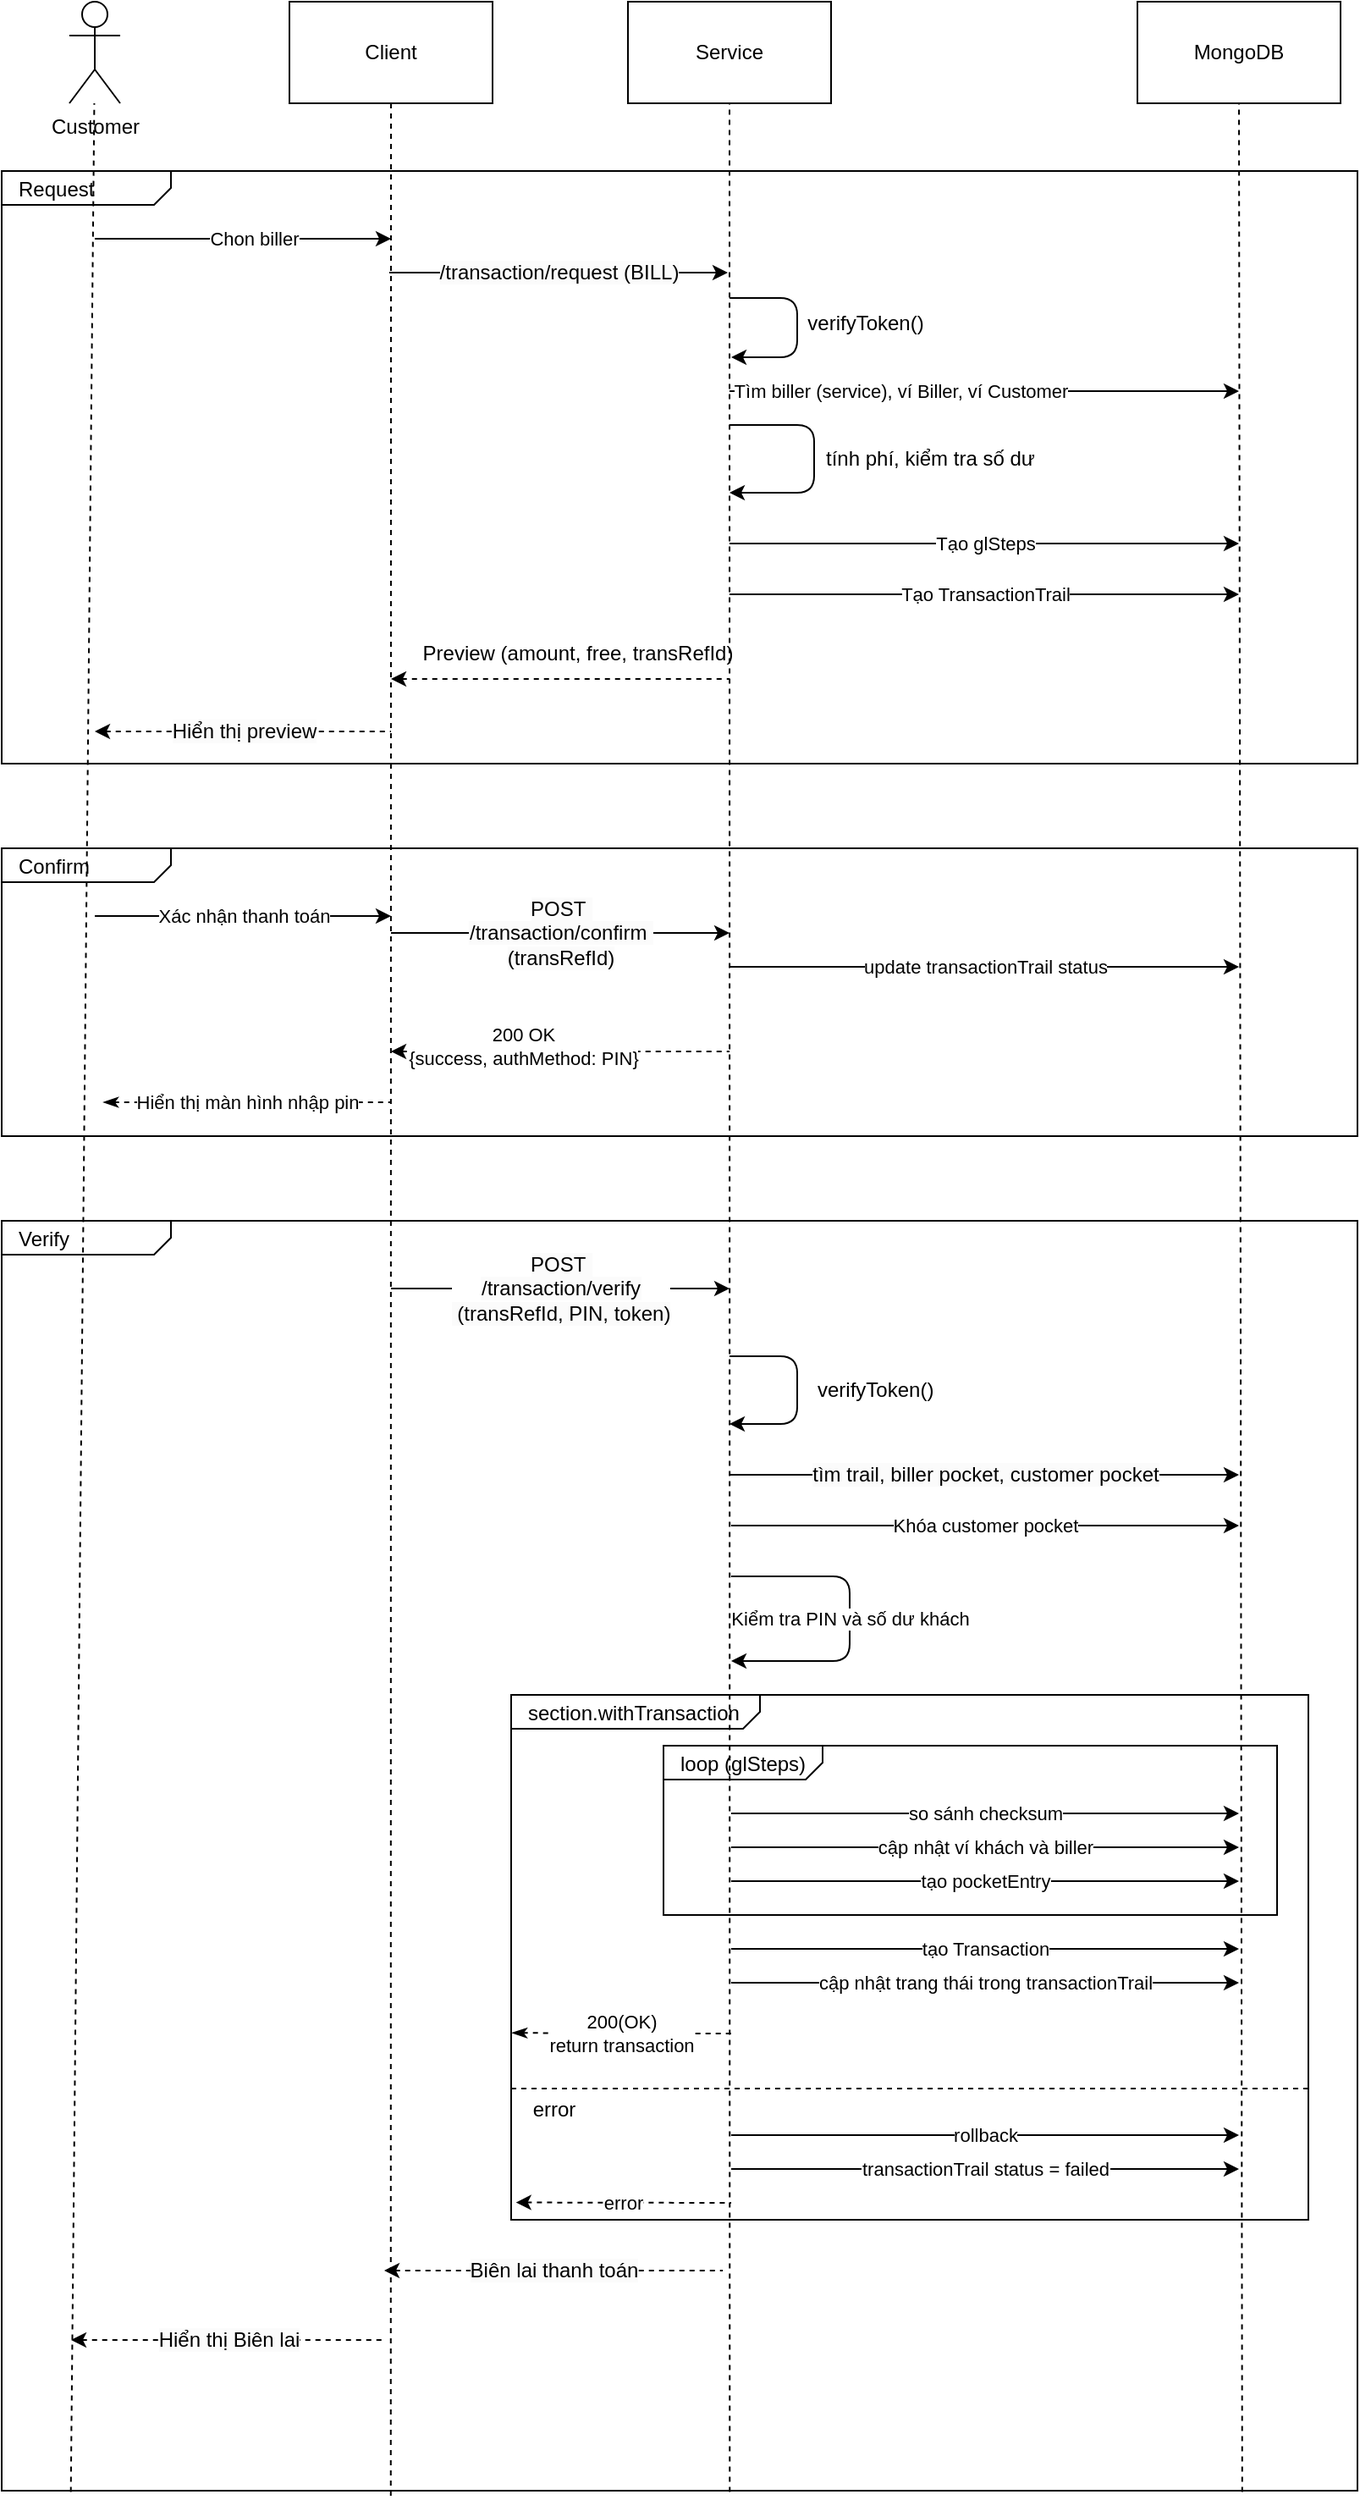
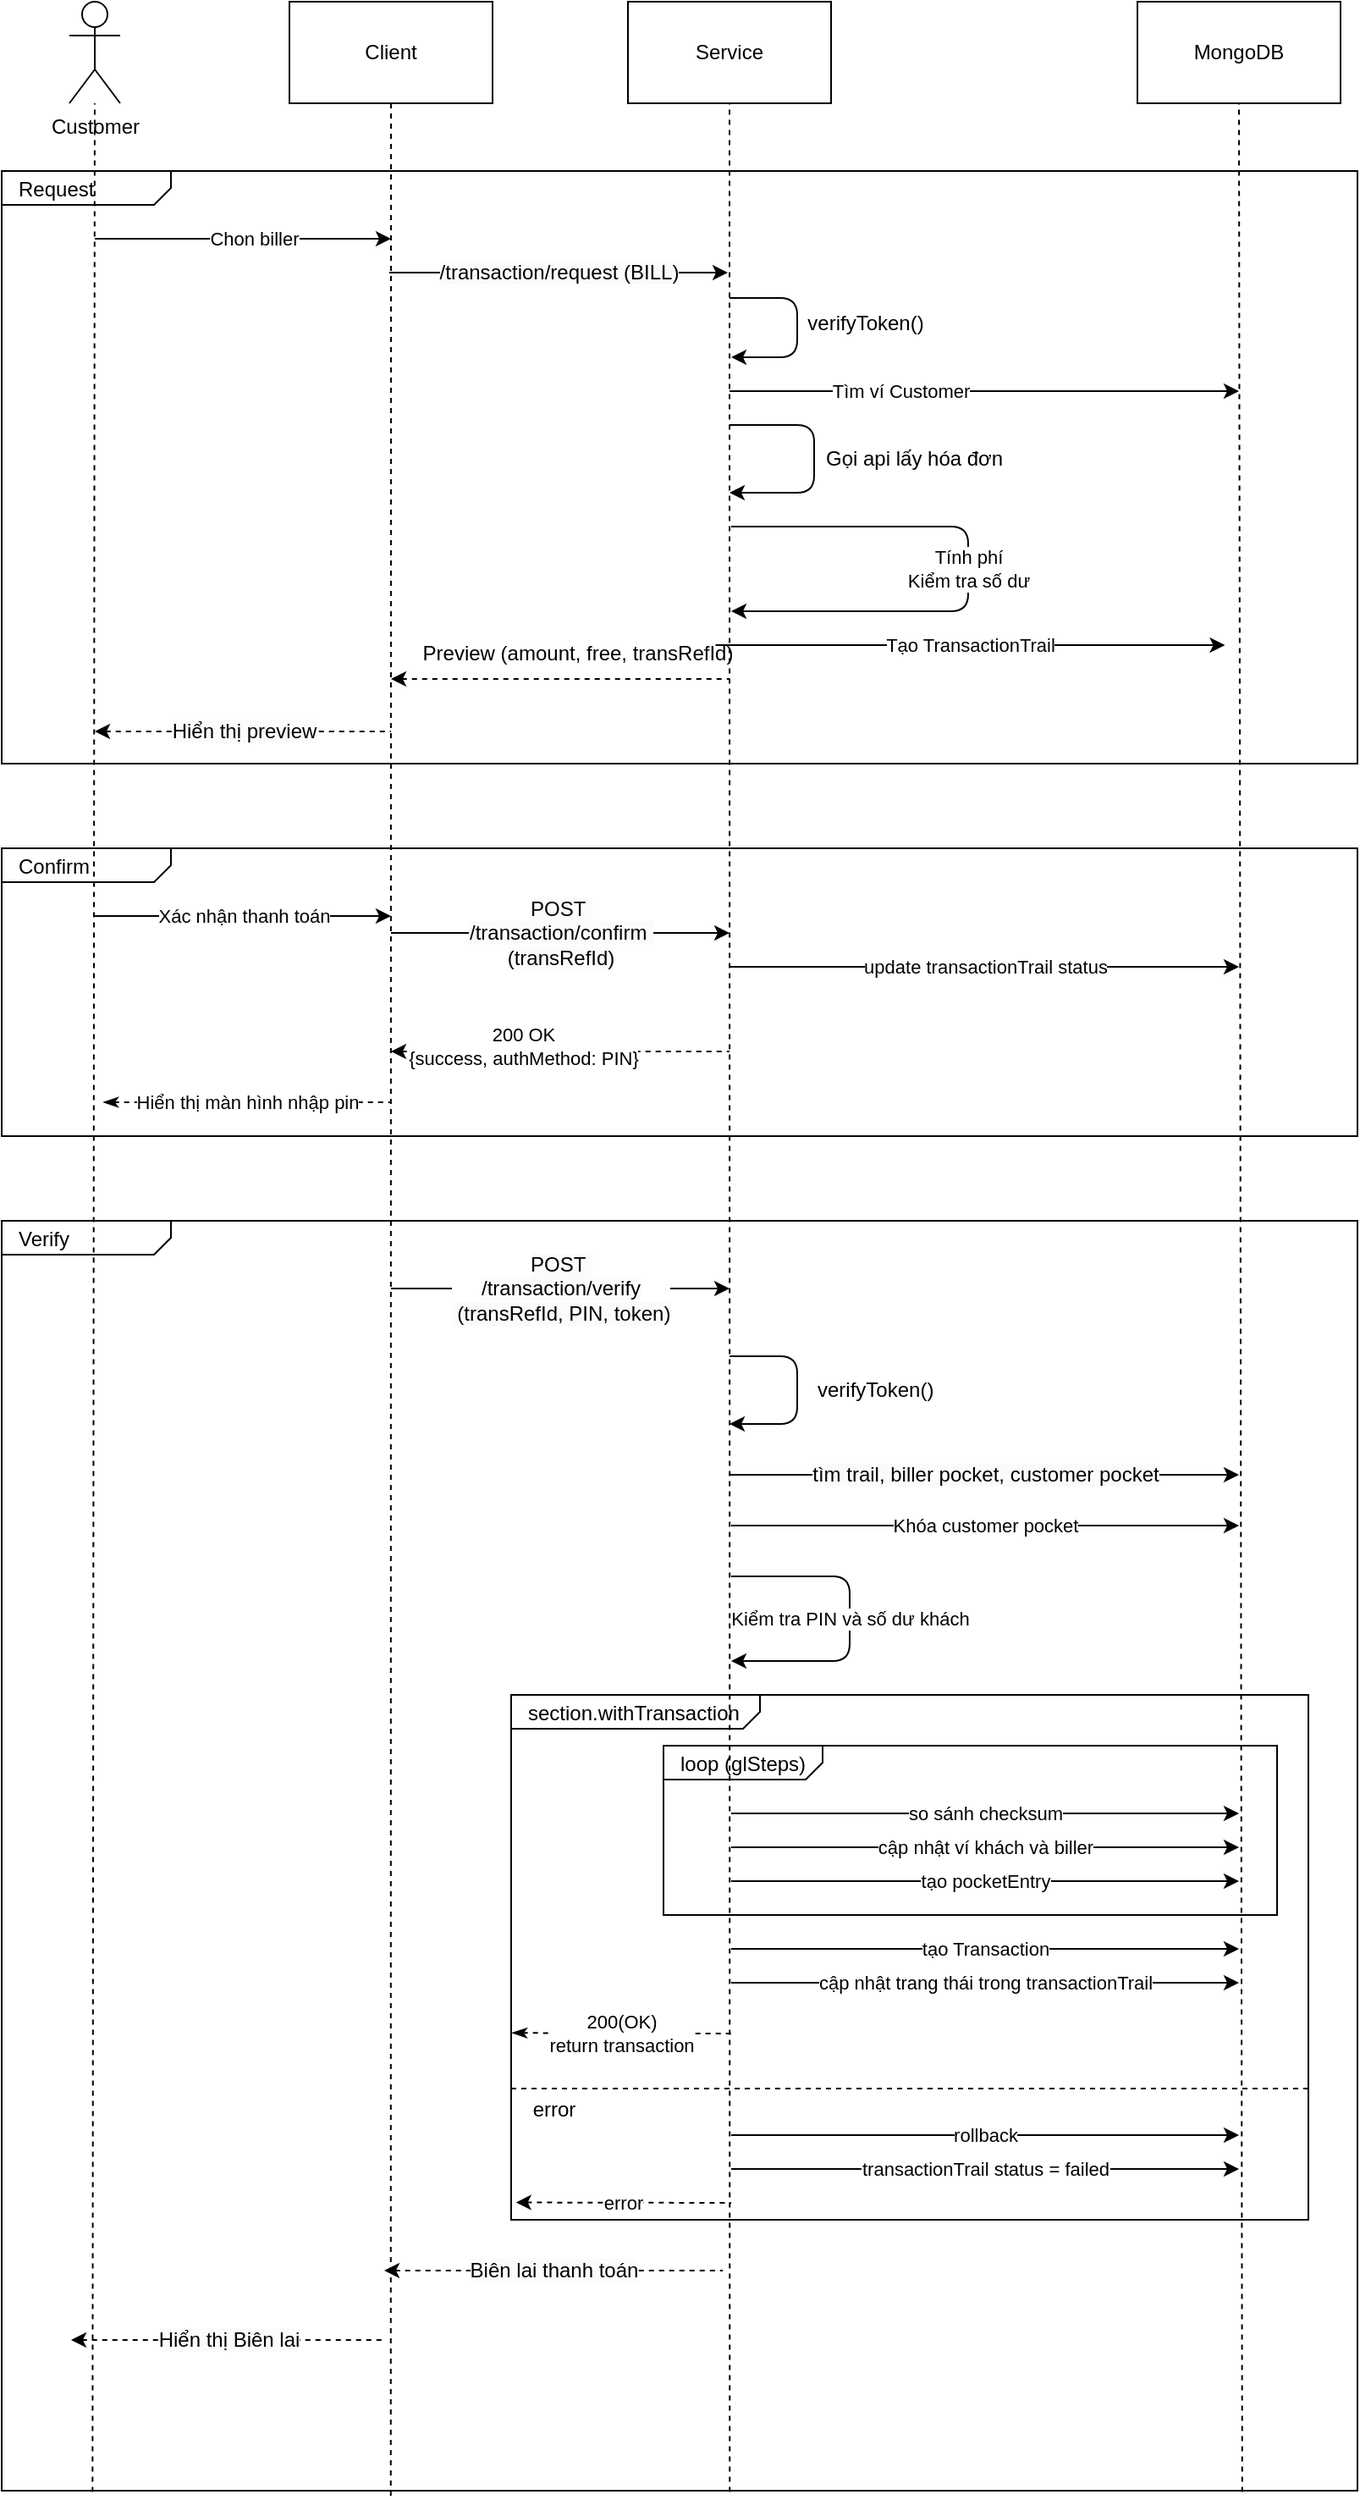
<mxfile host="65bd71144e">
    <diagram id="BillPaymentDiagram" name="Bill Payment Flow">
-         <mxGraphModel dx="1216" dy="825" grid="1" gridSize="10" guides="1" tooltips="1" connect="1" arrows="1" fold="1" page="1" pageScale="1" pageWidth="850" pageHeight="1100" math="0" shadow="0">
+         <mxGraphModel dx="1026" dy="534" grid="1" gridSize="10" guides="1" tooltips="1" connect="1" arrows="1" fold="1" page="1" pageScale="1" pageWidth="850" pageHeight="1100" math="0" shadow="0">
            <root>
                <mxCell id="0"/>
                <mxCell id="1" parent="0"/>
                <mxCell id="request_pkg" value="&lt;p style=&quot;margin:0px;margin-top:4px;margin-left:10px;text-align:left;&quot;&gt;&lt;span&gt;Request&lt;/span&gt;&lt;/p&gt;" style="html=1;shape=mxgraph.sysml.package;labelX=100;html=1;overflow=fill;strokeWidth=1;recursiveResize=0;container=0;movable=1;resizable=1;rotatable=1;deletable=1;editable=1;locked=0;connectable=1;fontStyle=0" parent="1" vertex="1">
                    <mxGeometry x="9" y="100" width="801" height="350" as="geometry"/>
                </mxCell>
                <mxCell id="confirm_pkg" value="&lt;p style=&quot;margin:0px;margin-top:4px;margin-left:10px;text-align:left;&quot;&gt;&lt;span&gt;Confirm&lt;/span&gt;&lt;/p&gt;" style="html=1;shape=mxgraph.sysml.package;labelX=100;html=1;overflow=fill;strokeWidth=1;recursiveResize=0;container=0;movable=1;resizable=1;rotatable=1;deletable=1;editable=1;locked=0;connectable=1;fontStyle=0" parent="1" vertex="1">
                    <mxGeometry x="9" y="500" width="801" height="170" as="geometry"/>
                </mxCell>
                <mxCell id="verify_pkg" value="&lt;p style=&quot;margin:0px;margin-top:4px;margin-left:10px;text-align:left;&quot;&gt;&lt;span&gt;Verify&lt;/span&gt;&lt;/p&gt;" style="html=1;shape=mxgraph.sysml.package;labelX=100;html=1;overflow=fill;strokeWidth=1;recursiveResize=0;container=0;movable=1;resizable=1;rotatable=1;deletable=1;editable=1;locked=0;connectable=1;fontStyle=0" parent="1" vertex="1">
                    <mxGeometry x="9" y="720" width="801" height="750" as="geometry"/>
                </mxCell>
                <mxCell id="2" value="Customer" style="shape=umlActor;verticalLabelPosition=bottom;verticalAlign=top;html=1;outlineConnect=0;" parent="1" vertex="1">
                    <mxGeometry x="49" width="30" height="60" as="geometry"/>
                </mxCell>
-                 <mxCell id="3" value="" style="endArrow=none;dashed=1;html=1;exitX=0.051;exitY=1.001;exitDx=0;exitDy=0;exitPerimeter=0;" parent="1" target="2" edge="1" source="verify_pkg">
+                 <mxCell id="3" value="" style="endArrow=none;dashed=1;html=1;exitX=0.067;exitY=1.001;exitDx=0;exitDy=0;exitPerimeter=0;" parent="1" source="verify_pkg" target="2" edge="1">
                    <mxGeometry width="50" height="50" relative="1" as="geometry">
                        <mxPoint x="40" y="1730" as="sourcePoint"/>
                        <mxPoint x="64" y="370" as="targetPoint"/>
                    </mxGeometry>
                </mxCell>
                <mxCell id="5" value="Client" style="rounded=0;whiteSpace=wrap;html=1;" parent="1" vertex="1">
                    <mxGeometry x="179" width="120" height="60" as="geometry"/>
                </mxCell>
-                 <mxCell id="8" value="" style="endArrow=none;dashed=1;html=1;entryX=0.5;entryY=1;entryDx=0;entryDy=0;exitX=0.287;exitY=1.004;exitDx=0;exitDy=0;exitPerimeter=0;" parent="1" target="5" edge="1" source="verify_pkg">
+                 <mxCell id="8" value="" style="endArrow=none;dashed=1;html=1;entryX=0.5;entryY=1;entryDx=0;entryDy=0;exitX=0.287;exitY=1.004;exitDx=0;exitDy=0;exitPerimeter=0;" parent="1" source="verify_pkg" target="5" edge="1">
                    <mxGeometry width="50" height="50" relative="1" as="geometry">
                        <mxPoint x="240" y="1750" as="sourcePoint"/>
                        <mxPoint x="239" y="120" as="targetPoint"/>
                    </mxGeometry>
                </mxCell>
                <mxCell id="6" value="Service" style="rounded=0;whiteSpace=wrap;html=1;" parent="1" vertex="1">
                    <mxGeometry x="379" width="120" height="60" as="geometry"/>
                </mxCell>
                <mxCell id="10" value="MongoDB" style="rounded=0;whiteSpace=wrap;html=1;" parent="1" vertex="1">
                    <mxGeometry x="680" width="120" height="60" as="geometry"/>
                </mxCell>
                <mxCell id="11" value="" style="endArrow=classic;html=1;" parent="1" edge="1">
                    <mxGeometry width="50" height="50" relative="1" as="geometry">
                        <mxPoint x="64" y="140" as="sourcePoint"/>
                        <mxPoint x="239" y="140" as="targetPoint"/>
                    </mxGeometry>
                </mxCell>
-                 <mxCell id="115" value="Chon biller" style="edgeLabel;html=1;align=center;verticalAlign=middle;resizable=0;points=[];" vertex="1" connectable="0" parent="11">
+                 <mxCell id="115" value="Chon biller" style="edgeLabel;html=1;align=center;verticalAlign=middle;resizable=0;points=[];" parent="11" vertex="1" connectable="0">
                    <mxGeometry x="0.0743" relative="1" as="geometry">
                        <mxPoint as="offset"/>
                    </mxGeometry>
                </mxCell>
                <mxCell id="13" value="&lt;span style=&quot;color: rgb(0, 0, 0); font-family: Helvetica; font-size: 12px; font-style: normal; font-variant-ligatures: normal; font-variant-caps: normal; font-weight: 400; letter-spacing: normal; orphans: 2; text-align: center; text-indent: 0px; text-transform: none; widows: 2; word-spacing: 0px; -webkit-text-stroke-width: 0px; white-space: nowrap; background-color: rgb(251, 251, 251); text-decoration-thickness: initial; text-decoration-style: initial; text-decoration-color: initial; float: none; display: inline !important;&quot;&gt;/transaction/request (BILL)&lt;/span&gt;" style="endArrow=classic;html=1;" parent="1" edge="1">
                    <mxGeometry width="50" height="50" relative="1" as="geometry">
                        <mxPoint x="238" y="160" as="sourcePoint"/>
                        <mxPoint x="438" y="160" as="targetPoint"/>
                    </mxGeometry>
                </mxCell>
                <mxCell id="15" value="" style="endArrow=classic;html=1;" parent="1" edge="1">
                    <mxGeometry width="50" height="50" relative="1" as="geometry">
                        <mxPoint x="439" y="230" as="sourcePoint"/>
                        <mxPoint x="740" y="230" as="targetPoint"/>
                    </mxGeometry>
                </mxCell>
-                 <mxCell id="116" value="Tìm biller (service), ví Biller, ví Customer" style="edgeLabel;html=1;align=center;verticalAlign=middle;resizable=0;points=[];" vertex="1" connectable="0" parent="15">
+                 <mxCell id="116" value="Tìm ví Customer" style="edgeLabel;html=1;align=center;verticalAlign=middle;resizable=0;points=[];" parent="15" vertex="1" connectable="0">
                    <mxGeometry x="-0.33" relative="1" as="geometry">
                        <mxPoint as="offset"/>
                    </mxGeometry>
                </mxCell>
                <mxCell id="27" value="" style="endArrow=none;dashed=1;html=1;startArrow=classic;startFill=1;endFill=0;" parent="1" edge="1">
                    <mxGeometry width="50" height="50" relative="1" as="geometry">
                        <mxPoint x="239" y="400" as="sourcePoint"/>
                        <mxPoint x="439" y="400" as="targetPoint"/>
                    </mxGeometry>
                </mxCell>
                <mxCell id="28" value="Preview (amount, free, transRefId)" style="text;html=1;align=center;verticalAlign=middle;resizable=0;points=[];autosize=1;strokeColor=none;fillColor=none;" parent="1" vertex="1">
                    <mxGeometry x="244" y="370" width="210" height="30" as="geometry"/>
                </mxCell>
                <mxCell id="29" value="&lt;span style=&quot;color: rgb(0, 0, 0); font-family: Helvetica; font-size: 12px; font-style: normal; font-variant-ligatures: normal; font-variant-caps: normal; font-weight: 400; letter-spacing: normal; orphans: 2; text-align: center; text-indent: 0px; text-transform: none; widows: 2; word-spacing: 0px; -webkit-text-stroke-width: 0px; white-space: nowrap; background-color: rgb(251, 251, 251); text-decoration-thickness: initial; text-decoration-style: initial; text-decoration-color: initial; float: none; display: inline !important;&quot;&gt;Hiển thị preview&lt;/span&gt;" style="endArrow=none;dashed=1;html=1;startArrow=classic;startFill=1;endFill=0;" parent="1" edge="1">
                    <mxGeometry width="50" height="50" relative="1" as="geometry">
                        <mxPoint x="64" y="431" as="sourcePoint"/>
                        <mxPoint x="239" y="431" as="targetPoint"/>
                    </mxGeometry>
                </mxCell>
                <mxCell id="31" value="Xác nhận thanh toán" style="endArrow=classic;html=1;" parent="1" edge="1">
                    <mxGeometry width="50" height="50" relative="1" as="geometry">
                        <mxPoint x="64" y="540" as="sourcePoint"/>
                        <mxPoint x="239" y="540" as="targetPoint"/>
                    </mxGeometry>
                </mxCell>
                <mxCell id="33" value="&lt;span style=&quot;color: rgb(0, 0, 0); font-family: Helvetica; font-size: 12px; font-style: normal; font-variant-ligatures: normal; font-variant-caps: normal; font-weight: 400; letter-spacing: normal; orphans: 2; text-align: center; text-indent: 0px; text-transform: none; widows: 2; word-spacing: 0px; -webkit-text-stroke-width: 0px; white-space: nowrap; background-color: rgb(251, 251, 251); text-decoration-thickness: initial; text-decoration-style: initial; text-decoration-color: initial; float: none; display: inline !important;&quot;&gt;POST&amp;nbsp;&lt;/span&gt;&lt;div&gt;&lt;span style=&quot;color: rgb(0, 0, 0); font-family: Helvetica; font-size: 12px; font-style: normal; font-variant-ligatures: normal; font-variant-caps: normal; font-weight: 400; letter-spacing: normal; orphans: 2; text-align: center; text-indent: 0px; text-transform: none; widows: 2; word-spacing: 0px; -webkit-text-stroke-width: 0px; white-space: nowrap; background-color: rgb(251, 251, 251); text-decoration-thickness: initial; text-decoration-style: initial; text-decoration-color: initial; float: none; display: inline !important;&quot;&gt;/transaction/confirm&amp;nbsp;&lt;/span&gt;&lt;/div&gt;&lt;div&gt;&lt;span style=&quot;color: rgb(0, 0, 0); font-family: Helvetica; font-size: 12px; font-style: normal; font-variant-ligatures: normal; font-variant-caps: normal; font-weight: 400; letter-spacing: normal; orphans: 2; text-align: center; text-indent: 0px; text-transform: none; widows: 2; word-spacing: 0px; -webkit-text-stroke-width: 0px; white-space: nowrap; background-color: rgb(251, 251, 251); text-decoration-thickness: initial; text-decoration-style: initial; text-decoration-color: initial; float: none; display: inline !important;&quot;&gt;(transRefId)&lt;/span&gt;&lt;br&gt;&lt;/div&gt;" style="endArrow=classic;html=1;" parent="1" edge="1">
                    <mxGeometry width="50" height="50" relative="1" as="geometry">
                        <mxPoint x="239" y="550" as="sourcePoint"/>
                        <mxPoint x="439" y="550" as="targetPoint"/>
                    </mxGeometry>
                </mxCell>
                <mxCell id="35" value="update transactionTrail status" style="endArrow=classic;html=1;" parent="1" edge="1">
                    <mxGeometry width="50" height="50" relative="1" as="geometry">
                        <mxPoint x="439" y="570" as="sourcePoint"/>
                        <mxPoint x="740" y="570" as="targetPoint"/>
                    </mxGeometry>
                </mxCell>
                <mxCell id="37" value="" style="endArrow=none;dashed=1;html=1;startArrow=classic;startFill=1;endFill=0;" parent="1" edge="1">
                    <mxGeometry width="50" height="50" relative="1" as="geometry">
                        <mxPoint x="239" y="620" as="sourcePoint"/>
                        <mxPoint x="439" y="620" as="targetPoint"/>
                    </mxGeometry>
                </mxCell>
-                 <mxCell id="126" value="200 OK&lt;div&gt;{success, authMethod: PIN}&lt;/div&gt;" style="edgeLabel;html=1;align=center;verticalAlign=middle;resizable=0;points=[];" vertex="1" connectable="0" parent="37">
+                 <mxCell id="126" value="200 OK&lt;div&gt;{success, authMethod: PIN}&lt;/div&gt;" style="edgeLabel;html=1;align=center;verticalAlign=middle;resizable=0;points=[];" parent="37" vertex="1" connectable="0">
                    <mxGeometry x="-0.22" y="3" relative="1" as="geometry">
                        <mxPoint as="offset"/>
                    </mxGeometry>
                </mxCell>
                <mxCell id="39" value="&lt;span style=&quot;color: rgb(0, 0, 0); font-family: Helvetica; font-size: 12px; font-style: normal; font-variant-ligatures: normal; font-variant-caps: normal; font-weight: 400; letter-spacing: normal; orphans: 2; text-align: center; text-indent: 0px; text-transform: none; widows: 2; word-spacing: 0px; -webkit-text-stroke-width: 0px; white-space: nowrap; background-color: rgb(251, 251, 251); text-decoration-thickness: initial; text-decoration-style: initial; text-decoration-color: initial; float: none; display: inline !important;&quot;&gt;POST&amp;nbsp;&lt;/span&gt;&lt;div&gt;&lt;span style=&quot;color: rgb(0, 0, 0); font-family: Helvetica; font-size: 12px; font-style: normal; font-variant-ligatures: normal; font-variant-caps: normal; font-weight: 400; letter-spacing: normal; orphans: 2; text-align: center; text-indent: 0px; text-transform: none; widows: 2; word-spacing: 0px; -webkit-text-stroke-width: 0px; white-space: nowrap; background-color: rgb(251, 251, 251); text-decoration-thickness: initial; text-decoration-style: initial; text-decoration-color: initial; float: none; display: inline !important;&quot;&gt;/transaction/verify&lt;/span&gt;&lt;/div&gt;&lt;div&gt;&lt;span style=&quot;color: rgb(0, 0, 0); font-family: Helvetica; font-size: 12px; font-style: normal; font-variant-ligatures: normal; font-variant-caps: normal; font-weight: 400; letter-spacing: normal; orphans: 2; text-align: center; text-indent: 0px; text-transform: none; widows: 2; word-spacing: 0px; -webkit-text-stroke-width: 0px; white-space: nowrap; background-color: rgb(251, 251, 251); text-decoration-thickness: initial; text-decoration-style: initial; text-decoration-color: initial; float: none; display: inline !important;&quot;&gt;&amp;nbsp;(transRefId, PIN, token)&lt;/span&gt;&lt;/div&gt;" style="endArrow=classic;html=1;" parent="1" edge="1">
                    <mxGeometry width="50" height="50" relative="1" as="geometry">
                        <mxPoint x="239" y="760" as="sourcePoint"/>
                        <mxPoint x="439" y="760" as="targetPoint"/>
                    </mxGeometry>
                </mxCell>
                <mxCell id="41" value="" style="endArrow=classic;html=1;" parent="1" edge="1">
                    <mxGeometry width="50" height="50" relative="1" as="geometry">
                        <mxPoint x="439" y="800" as="sourcePoint"/>
                        <mxPoint x="439" y="840" as="targetPoint"/>
                        <Array as="points">
                            <mxPoint x="479" y="800"/>
                            <mxPoint x="479" y="840"/>
                        </Array>
                    </mxGeometry>
                </mxCell>
                <mxCell id="42" value="verifyToken()" style="text;html=1;align=left;verticalAlign=middle;resizable=0;points=[];autosize=1;strokeColor=none;fillColor=none;" parent="1" vertex="1">
                    <mxGeometry x="489" y="805" width="90" height="30" as="geometry"/>
                </mxCell>
                <mxCell id="43" value="&lt;span style=&quot;color: rgb(0, 0, 0); font-family: Helvetica; font-size: 12px; font-style: normal; font-variant-ligatures: normal; font-variant-caps: normal; font-weight: 400; letter-spacing: normal; orphans: 2; text-align: center; text-indent: 0px; text-transform: none; widows: 2; word-spacing: 0px; -webkit-text-stroke-width: 0px; white-space: nowrap; background-color: rgb(251, 251, 251); text-decoration-thickness: initial; text-decoration-style: initial; text-decoration-color: initial; float: none; display: inline !important;&quot;&gt;tìm trail, biller pocket, customer pocket&lt;/span&gt;" style="endArrow=classic;html=1;" parent="1" edge="1">
                    <mxGeometry width="50" height="50" relative="1" as="geometry">
                        <mxPoint x="439" y="870" as="sourcePoint"/>
                        <mxPoint x="740" y="870" as="targetPoint"/>
                    </mxGeometry>
                </mxCell>
                <mxCell id="51" value="&lt;span style=&quot;color: rgb(0, 0, 0); font-family: Helvetica; font-size: 12px; font-style: normal; font-variant-ligatures: normal; font-variant-caps: normal; font-weight: 400; letter-spacing: normal; orphans: 2; text-align: center; text-indent: 0px; text-transform: none; widows: 2; word-spacing: 0px; -webkit-text-stroke-width: 0px; white-space: nowrap; background-color: rgb(251, 251, 251); text-decoration-thickness: initial; text-decoration-style: initial; text-decoration-color: initial; float: none; display: inline !important;&quot;&gt;Biên lai thanh toán&lt;/span&gt;" style="endArrow=none;dashed=1;html=1;startArrow=classic;startFill=1;endFill=0;" parent="1" edge="1">
                    <mxGeometry width="50" height="50" relative="1" as="geometry">
                        <mxPoint x="235" y="1340" as="sourcePoint"/>
                        <mxPoint x="435" y="1340" as="targetPoint"/>
                    </mxGeometry>
                </mxCell>
                <mxCell id="53" value="&lt;span style=&quot;color: rgb(0, 0, 0); font-family: Helvetica; font-size: 12px; font-style: normal; font-variant-ligatures: normal; font-variant-caps: normal; font-weight: 400; letter-spacing: normal; orphans: 2; text-align: center; text-indent: 0px; text-transform: none; widows: 2; word-spacing: 0px; -webkit-text-stroke-width: 0px; white-space: nowrap; background-color: rgb(251, 251, 251); text-decoration-thickness: initial; text-decoration-style: initial; text-decoration-color: initial; float: none; display: inline !important;&quot;&gt;Hiển thị Biên lai&lt;/span&gt;" style="endArrow=none;dashed=1;html=1;startArrow=classic;startFill=1;endFill=0;" parent="1" edge="1">
                    <mxGeometry width="50" height="50" relative="1" as="geometry">
                        <mxPoint x="50" y="1381" as="sourcePoint"/>
                        <mxPoint x="235" y="1381" as="targetPoint"/>
                    </mxGeometry>
                </mxCell>
-                 <mxCell id="113" value="verifyToken()" style="text;html=1;align=center;verticalAlign=middle;resizable=1;points=[];autosize=1;strokeColor=none;fillColor=none;movable=1;rotatable=1;deletable=1;editable=1;locked=0;connectable=1;fontStyle=0" vertex="1" parent="1">
+                 <mxCell id="113" value="verifyToken()" style="text;html=1;align=center;verticalAlign=middle;resizable=1;points=[];autosize=1;strokeColor=none;fillColor=none;movable=1;rotatable=1;deletable=1;editable=1;locked=0;connectable=1;fontStyle=0" parent="1" vertex="1">
                    <mxGeometry x="474" y="175" width="90" height="30" as="geometry"/>
                </mxCell>
-                 <mxCell id="114" value="" style="endArrow=classic;html=1;entryX=1.05;entryY=0.682;entryDx=0;entryDy=0;entryPerimeter=0;movable=1;resizable=1;rotatable=1;deletable=1;editable=1;locked=0;connectable=1;fontStyle=0" edge="1" parent="1">
+                 <mxCell id="114" value="" style="endArrow=classic;html=1;entryX=1.05;entryY=0.682;entryDx=0;entryDy=0;entryPerimeter=0;movable=1;resizable=1;rotatable=1;deletable=1;editable=1;locked=0;connectable=1;fontStyle=0" parent="1" edge="1">
                    <mxGeometry width="50" height="50" relative="1" as="geometry">
                        <mxPoint x="439" y="175" as="sourcePoint"/>
                        <mxPoint x="440" y="210" as="targetPoint"/>
                        <Array as="points">
                            <mxPoint x="479" y="175"/>
                            <mxPoint x="479" y="210"/>
                        </Array>
                    </mxGeometry>
                </mxCell>
-                 <mxCell id="117" value="tính phí, kiểm tra số dư" style="text;html=1;align=left;verticalAlign=middle;resizable=1;points=[];autosize=1;strokeColor=none;fillColor=none;movable=1;rotatable=1;deletable=1;editable=1;locked=0;connectable=1;fontStyle=0" vertex="1" parent="1">
-                     <mxGeometry x="493.99714285714276" y="255" width="150" height="30" as="geometry"/>
-                 </mxCell>
-                 <mxCell id="120" value="" style="endArrow=classic;html=1;" edge="1" parent="1">
+                 <mxCell id="117" value="Gọi api lấy hóa đơn&amp;nbsp;" style="text;html=1;align=left;verticalAlign=middle;resizable=1;points=[];autosize=1;strokeColor=none;fillColor=none;movable=1;rotatable=1;deletable=1;editable=1;locked=0;connectable=1;fontStyle=0" parent="1" vertex="1">
+                     <mxGeometry x="493.99714285714276" y="255" width="130" height="30" as="geometry"/>
+                 </mxCell>
+                 <mxCell id="120" value="" style="endArrow=classic;html=1;" parent="1" edge="1">
                    <mxGeometry width="50" height="50" relative="1" as="geometry">
                        <mxPoint x="439" y="250" as="sourcePoint"/>
                        <mxPoint x="439" y="290" as="targetPoint"/>
                        <Array as="points">
                            <mxPoint x="489" y="250"/>
                            <mxPoint x="489" y="290"/>
                        </Array>
                    </mxGeometry>
                </mxCell>
-                 <mxCell id="123" value="Tạo glSteps" style="endArrow=classic;html=1;" edge="1" parent="1">
-                     <mxGeometry width="50" height="50" relative="1" as="geometry">
-                         <mxPoint x="439" y="320" as="sourcePoint"/>
-                         <mxPoint x="740" y="320" as="targetPoint"/>
-                     </mxGeometry>
-                 </mxCell>
-                 <mxCell id="124" value="Tạo TransactionTrail" style="endArrow=classic;html=1;" edge="1" parent="1">
-                     <mxGeometry width="50" height="50" relative="1" as="geometry">
-                         <mxPoint x="439" y="350" as="sourcePoint"/>
-                         <mxPoint x="740" y="350" as="targetPoint"/>
-                     </mxGeometry>
-                 </mxCell>
-                 <mxCell id="128" value="Hiển thị màn hình nhập pin" style="endArrow=none;dashed=1;html=1;startArrow=classicThin;startFill=1;" edge="1" parent="1">
+                 <mxCell id="123" value="Tính phí&lt;div&gt;Kiểm tra số dư&lt;/div&gt;" style="endArrow=classic;html=1;" parent="1" edge="1">
+                     <mxGeometry width="50" height="50" relative="1" as="geometry">
+                         <mxPoint x="440" y="310" as="sourcePoint"/>
+                         <mxPoint x="440" y="360" as="targetPoint"/>
+                         <Array as="points">
+                             <mxPoint x="580" y="310"/>
+                             <mxPoint x="580" y="360"/>
+                         </Array>
+                     </mxGeometry>
+                 </mxCell>
+                 <mxCell id="124" value="Tạo TransactionTrail" style="endArrow=classic;html=1;" parent="1" edge="1">
+                     <mxGeometry width="50" height="50" relative="1" as="geometry">
+                         <mxPoint x="430.75" y="380" as="sourcePoint"/>
+                         <mxPoint x="731.75" y="380" as="targetPoint"/>
+                     </mxGeometry>
+                 </mxCell>
+                 <mxCell id="128" value="Hiển thị màn hình nhập pin" style="endArrow=none;dashed=1;html=1;startArrow=classicThin;startFill=1;" parent="1" edge="1">
                    <mxGeometry width="50" height="50" relative="1" as="geometry">
                        <mxPoint x="69" y="650" as="sourcePoint"/>
                        <mxPoint x="239" y="650" as="targetPoint"/>
                    </mxGeometry>
                </mxCell>
-                 <mxCell id="130" value="Khóa customer pocket" style="endArrow=classic;html=1;" edge="1" parent="1">
+                 <mxCell id="130" value="Khóa customer pocket" style="endArrow=classic;html=1;" parent="1" edge="1">
                    <mxGeometry width="50" height="50" relative="1" as="geometry">
                        <mxPoint x="440" y="900" as="sourcePoint"/>
                        <mxPoint x="740" y="900" as="targetPoint"/>
                    </mxGeometry>
                </mxCell>
-                 <mxCell id="131" value="&lt;p style=&quot;margin:0px;margin-top:4px;margin-left:10px;text-align:left;&quot;&gt;section.withTransaction&lt;/p&gt;" style="html=1;shape=mxgraph.sysml.package;labelX=147.57;html=1;overflow=fill;strokeWidth=1;recursiveResize=0;container=0;movable=1;resizable=1;rotatable=1;deletable=1;editable=1;locked=0;connectable=1;fontStyle=0" vertex="1" parent="1">
+                 <mxCell id="131" value="&lt;p style=&quot;margin:0px;margin-top:4px;margin-left:10px;text-align:left;&quot;&gt;section.withTransaction&lt;/p&gt;" style="html=1;shape=mxgraph.sysml.package;labelX=147.57;html=1;overflow=fill;strokeWidth=1;recursiveResize=0;container=0;movable=1;resizable=1;rotatable=1;deletable=1;editable=1;locked=0;connectable=1;fontStyle=0" parent="1" vertex="1">
                    <mxGeometry x="310" y="1000" width="471" height="310" as="geometry"/>
                </mxCell>
-                 <mxCell id="132" value="&lt;p style=&quot;margin:0px;margin-top:4px;margin-left:10px;text-align:left;&quot;&gt;loop (glSteps)&lt;/p&gt;" style="html=1;shape=mxgraph.sysml.package;labelX=94.78;html=1;overflow=fill;strokeWidth=1;recursiveResize=0;container=0;movable=1;resizable=1;rotatable=1;deletable=1;editable=1;locked=0;connectable=1;fontStyle=0" vertex="1" parent="1">
+                 <mxCell id="132" value="&lt;p style=&quot;margin:0px;margin-top:4px;margin-left:10px;text-align:left;&quot;&gt;loop (glSteps)&lt;/p&gt;" style="html=1;shape=mxgraph.sysml.package;labelX=94.78;html=1;overflow=fill;strokeWidth=1;recursiveResize=0;container=0;movable=1;resizable=1;rotatable=1;deletable=1;editable=1;locked=0;connectable=1;fontStyle=0" parent="1" vertex="1">
                    <mxGeometry x="400" y="1030" width="362.5" height="100" as="geometry"/>
                </mxCell>
-                 <mxCell id="133" value="so sánh checksum" style="endArrow=classic;html=1;" edge="1" parent="1">
+                 <mxCell id="133" value="so sánh checksum" style="endArrow=classic;html=1;" parent="1" edge="1">
                    <mxGeometry width="50" height="50" relative="1" as="geometry">
                        <mxPoint x="440" y="1070" as="sourcePoint"/>
                        <mxPoint x="740" y="1070" as="targetPoint"/>
                    </mxGeometry>
                </mxCell>
-                 <mxCell id="134" value="cập nhật ví khách và biller" style="endArrow=classic;html=1;" edge="1" parent="1">
+                 <mxCell id="134" value="cập nhật ví khách và biller" style="endArrow=classic;html=1;" parent="1" edge="1">
                    <mxGeometry width="50" height="50" relative="1" as="geometry">
                        <mxPoint x="440" y="1090" as="sourcePoint"/>
                        <mxPoint x="740" y="1090" as="targetPoint"/>
                    </mxGeometry>
                </mxCell>
-                 <mxCell id="135" value="tạo pocketEntry" style="endArrow=classic;html=1;" edge="1" parent="1">
+                 <mxCell id="135" value="tạo pocketEntry" style="endArrow=classic;html=1;" parent="1" edge="1">
                    <mxGeometry width="50" height="50" relative="1" as="geometry">
                        <mxPoint x="440" y="1110" as="sourcePoint"/>
                        <mxPoint x="740" y="1110" as="targetPoint"/>
                    </mxGeometry>
                </mxCell>
-                 <mxCell id="136" value="tạo Transaction" style="endArrow=classic;html=1;" edge="1" parent="1">
+                 <mxCell id="136" value="tạo Transaction" style="endArrow=classic;html=1;" parent="1" edge="1">
                    <mxGeometry width="50" height="50" relative="1" as="geometry">
                        <mxPoint x="440" y="1150" as="sourcePoint"/>
                        <mxPoint x="740" y="1150" as="targetPoint"/>
                    </mxGeometry>
                </mxCell>
-                 <mxCell id="137" value="cập nhật trang thái trong transactionTrail" style="endArrow=classic;html=1;" edge="1" parent="1">
+                 <mxCell id="137" value="cập nhật trang thái trong transactionTrail" style="endArrow=classic;html=1;" parent="1" edge="1">
                    <mxGeometry width="50" height="50" relative="1" as="geometry">
                        <mxPoint x="440" y="1170" as="sourcePoint"/>
                        <mxPoint x="740" y="1170" as="targetPoint"/>
                    </mxGeometry>
                </mxCell>
-                 <mxCell id="138" value="" style="endArrow=none;dashed=1;html=1;exitX=0;exitY=0.75;exitDx=0;exitDy=0;exitPerimeter=0;entryX=1;entryY=0.75;entryDx=0;entryDy=0;entryPerimeter=0;" edge="1" parent="1" source="131" target="131">
+                 <mxCell id="138" value="" style="endArrow=none;dashed=1;html=1;exitX=0;exitY=0.75;exitDx=0;exitDy=0;exitPerimeter=0;entryX=1;entryY=0.75;entryDx=0;entryDy=0;entryPerimeter=0;" parent="1" source="131" target="131" edge="1">
                    <mxGeometry width="50" height="50" relative="1" as="geometry">
                        <mxPoint x="500" y="1160" as="sourcePoint"/>
                        <mxPoint x="550" y="1110" as="targetPoint"/>
                    </mxGeometry>
                </mxCell>
-                 <mxCell id="139" value="error" style="text;html=1;align=center;verticalAlign=middle;resizable=0;points=[];autosize=1;strokeColor=none;fillColor=none;" vertex="1" parent="1">
+                 <mxCell id="139" value="error" style="text;html=1;align=center;verticalAlign=middle;resizable=0;points=[];autosize=1;strokeColor=none;fillColor=none;" parent="1" vertex="1">
                    <mxGeometry x="310" y="1230" width="50" height="30" as="geometry"/>
                </mxCell>
-                 <mxCell id="140" value="&lt;div&gt;200(OK)&lt;/div&gt;return transaction" style="endArrow=none;dashed=1;html=1;exitX=0.001;exitY=0.644;exitDx=0;exitDy=0;exitPerimeter=0;startArrow=classicThin;startFill=1;" edge="1" parent="1" source="131">
+                 <mxCell id="140" value="&lt;div&gt;200(OK)&lt;/div&gt;return transaction" style="endArrow=none;dashed=1;html=1;exitX=0.001;exitY=0.644;exitDx=0;exitDy=0;exitPerimeter=0;startArrow=classicThin;startFill=1;" parent="1" source="131" edge="1">
                    <mxGeometry width="50" height="50" relative="1" as="geometry">
                        <mxPoint x="500" y="1300" as="sourcePoint"/>
                        <mxPoint x="440" y="1200" as="targetPoint"/>
                    </mxGeometry>
                </mxCell>
-                 <mxCell id="141" value="rollback" style="endArrow=classic;html=1;" edge="1" parent="1">
+                 <mxCell id="141" value="rollback" style="endArrow=classic;html=1;" parent="1" edge="1">
                    <mxGeometry width="50" height="50" relative="1" as="geometry">
                        <mxPoint x="440" y="1260" as="sourcePoint"/>
                        <mxPoint x="740" y="1260" as="targetPoint"/>
                    </mxGeometry>
                </mxCell>
-                 <mxCell id="142" value="transactionTrail status = failed" style="endArrow=classic;html=1;" edge="1" parent="1">
+                 <mxCell id="142" value="transactionTrail status = failed" style="endArrow=classic;html=1;" parent="1" edge="1">
                    <mxGeometry width="50" height="50" relative="1" as="geometry">
                        <mxPoint x="440" y="1280" as="sourcePoint"/>
                        <mxPoint x="740" y="1280" as="targetPoint"/>
                    </mxGeometry>
                </mxCell>
-                 <mxCell id="143" value="error" style="endArrow=none;dashed=1;html=1;exitX=0.006;exitY=0.967;exitDx=0;exitDy=0;exitPerimeter=0;startArrow=classic;startFill=1;" edge="1" parent="1" source="131">
+                 <mxCell id="143" value="error" style="endArrow=none;dashed=1;html=1;exitX=0.006;exitY=0.967;exitDx=0;exitDy=0;exitPerimeter=0;startArrow=classic;startFill=1;" parent="1" source="131" edge="1">
                    <mxGeometry width="50" height="50" relative="1" as="geometry">
                        <mxPoint x="500" y="1300" as="sourcePoint"/>
                        <mxPoint x="440" y="1300" as="targetPoint"/>
                    </mxGeometry>
                </mxCell>
-                 <mxCell id="144" value="Kiểm tra PIN và số dư khách" style="endArrow=classic;html=1;" edge="1" parent="1">
+                 <mxCell id="144" value="Kiểm tra PIN và số dư khách" style="endArrow=classic;html=1;" parent="1" edge="1">
                    <mxGeometry width="50" height="50" relative="1" as="geometry">
                        <mxPoint x="440" y="930" as="sourcePoint"/>
                        <mxPoint x="440" y="980" as="targetPoint"/>
                        <Array as="points">
                            <mxPoint x="510" y="930"/>
                            <mxPoint x="510" y="980"/>
                        </Array>
                    </mxGeometry>
                </mxCell>
-                 <mxCell id="111" value="" style="endArrow=none;dashed=1;html=1;entryX=0.5;entryY=1;entryDx=0;entryDy=0;exitX=0.915;exitY=1.001;exitDx=0;exitDy=0;exitPerimeter=0;" parent="1" target="10" edge="1" source="verify_pkg">
+                 <mxCell id="111" value="" style="endArrow=none;dashed=1;html=1;entryX=0.5;entryY=1;entryDx=0;entryDy=0;exitX=0.915;exitY=1.001;exitDx=0;exitDy=0;exitPerimeter=0;" parent="1" source="verify_pkg" target="10" edge="1">
                    <mxGeometry width="50" height="50" relative="1" as="geometry">
                        <mxPoint x="741" y="1580" as="sourcePoint"/>
                        <mxPoint x="740" y="120" as="targetPoint"/>
                    </mxGeometry>
                </mxCell>
-                 <mxCell id="9" value="" style="endArrow=none;dashed=1;html=1;entryX=0.5;entryY=1;entryDx=0;entryDy=0;exitX=0.537;exitY=1.001;exitDx=0;exitDy=0;exitPerimeter=0;" parent="1" target="6" edge="1" source="verify_pkg">
+                 <mxCell id="9" value="" style="endArrow=none;dashed=1;html=1;entryX=0.5;entryY=1;entryDx=0;entryDy=0;exitX=0.537;exitY=1.001;exitDx=0;exitDy=0;exitPerimeter=0;" parent="1" source="verify_pkg" target="6" edge="1">
                    <mxGeometry width="50" height="50" relative="1" as="geometry">
                        <mxPoint x="439" y="1791" as="sourcePoint"/>
                        <mxPoint x="439" y="120" as="targetPoint"/>
                    </mxGeometry>
                </mxCell>
            </root>
        </mxGraphModel>
    </diagram>
</mxfile>